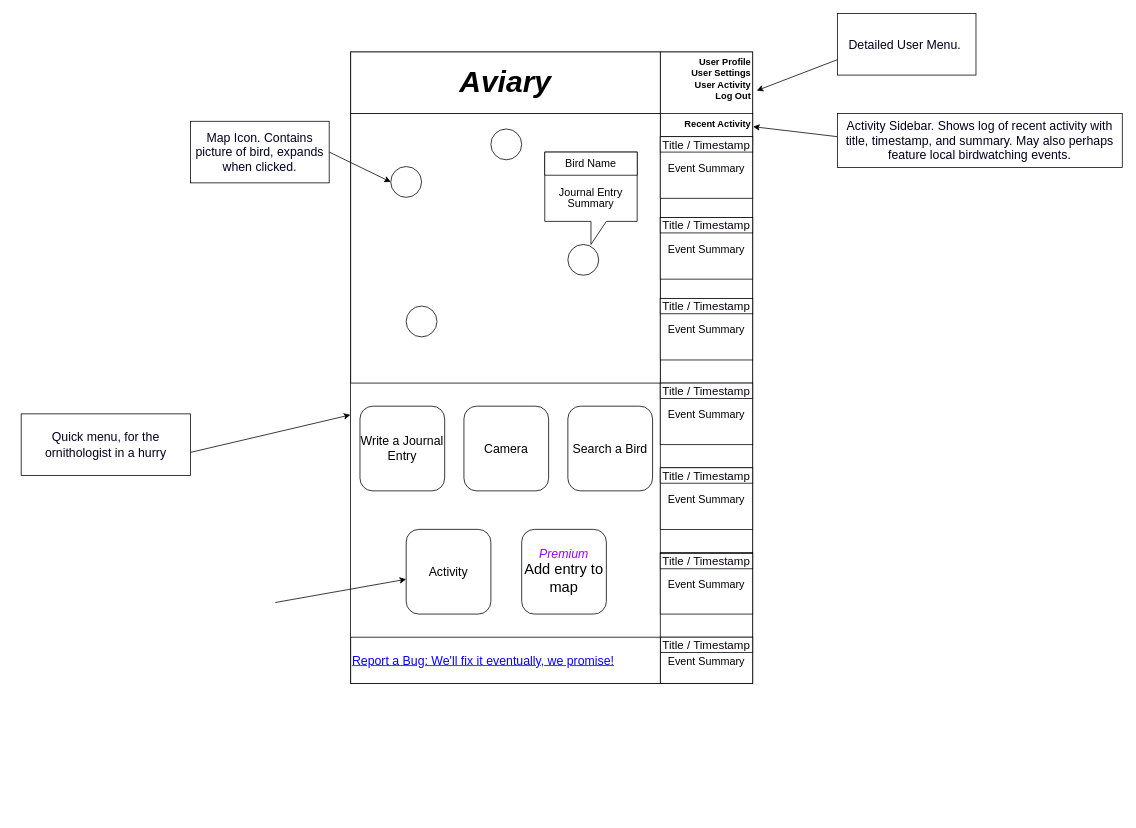
221205-test-engineering/Aviary-Build-A-Site keeps this draw.io diagram as siteGUI.drawio. Above is the earlier version. Source tidied: cells renumbered, new cells numbered last; positions are measured from the earlier drawing's top-left corner, leaving out a move shared by most shapes. Both pictures are drawn from the tidied source at 77%, with x=0, y=0 at pixel (21, 13).
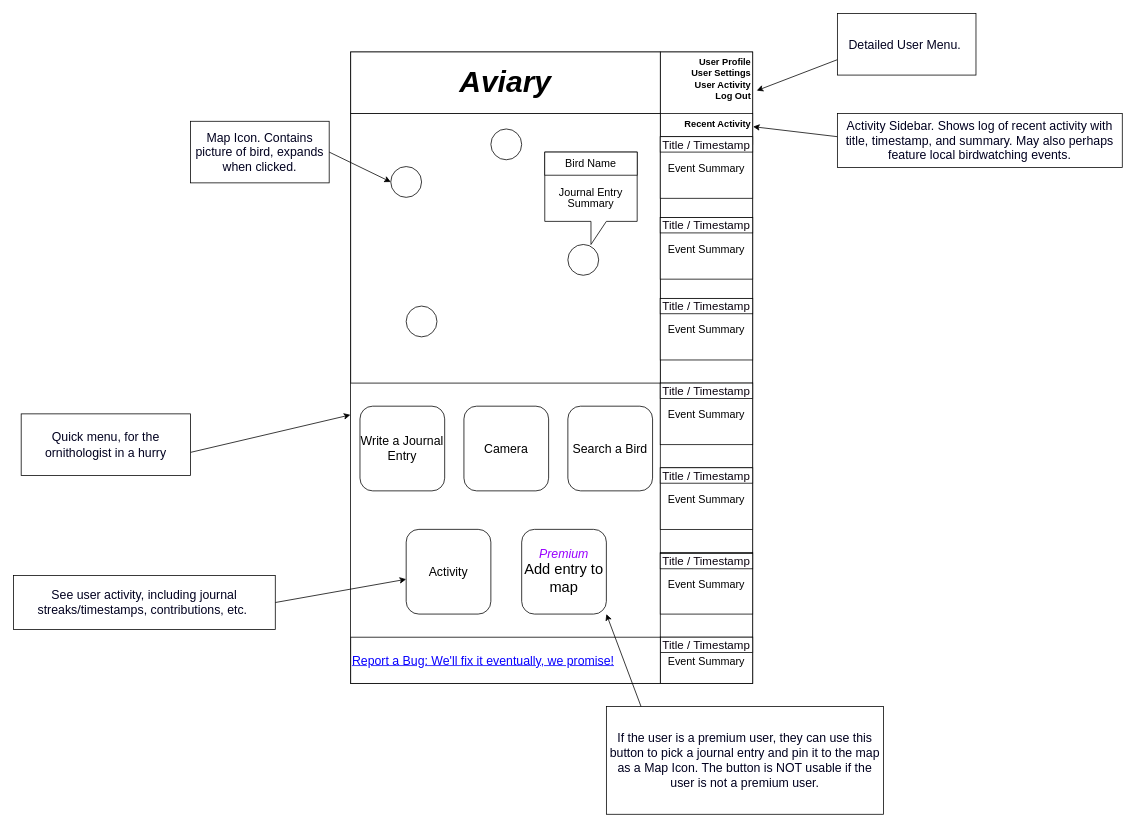
Above is the later version.

The change refers to these unchanged cells:
```xml
<mxCell id="31" value="&lt;div style=&quot;&quot;&gt;&lt;font color=&quot;#9900ff&quot;&gt;&lt;i&gt;Premium&lt;/i&gt;&lt;/font&gt;&lt;/div&gt;&lt;div style=&quot;&quot;&gt;&lt;span style=&quot;background-color: initial; font-size: 19px;&quot;&gt;Add entry to map&lt;/span&gt;&lt;/div&gt;" style="rounded=1;whiteSpace=wrap;html=1;fontFamily=Helvetica;fontSize=16;fontColor=#000000;" parent="1" vertex="1">
  <mxGeometry x="650" y="670" width="110" height="110" as="geometry" />
</mxCell>
```

Change to the diagram source:
```diff
@@
+    <mxCell id="42" value="See user activity, including journal streaks/timestamps, contributions, etc.&amp;nbsp;" style="rounded=0;whiteSpace=wrap;html=1;fontFamily=Helvetica;fontSize=16;fontColor=#01001F;" parent="1" vertex="1">
+      <mxGeometry x="-10" y="730" width="340" height="70" as="geometry" />
+    </mxCell>
+    <mxCell id="43" style="endArrow=classic;html=1;rounded=0;fontFamily=Helvetica;fontSize=16;fontColor=#01001F;entryX=1;entryY=1;entryDx=0;entryDy=0;" parent="1" edge="1" target="31">
+      <mxGeometry relative="1" as="geometry">
+        <mxPoint x="820" y="940" as="sourcePoint" />
+      </mxGeometry>
+    </mxCell>
+    <mxCell id="44" value="If the user is a premium user, they can use this button to pick a journal entry and pin it to the map as a Map Icon. The button is NOT usable if the user is not a premium user." style="rounded=0;whiteSpace=wrap;html=1;fontFamily=Helvetica;fontSize=16;fontColor=#01001F;" parent="1" vertex="1">
+      <mxGeometry x="760" y="900" width="360" height="140" as="geometry" />
+    </mxCell>
```
